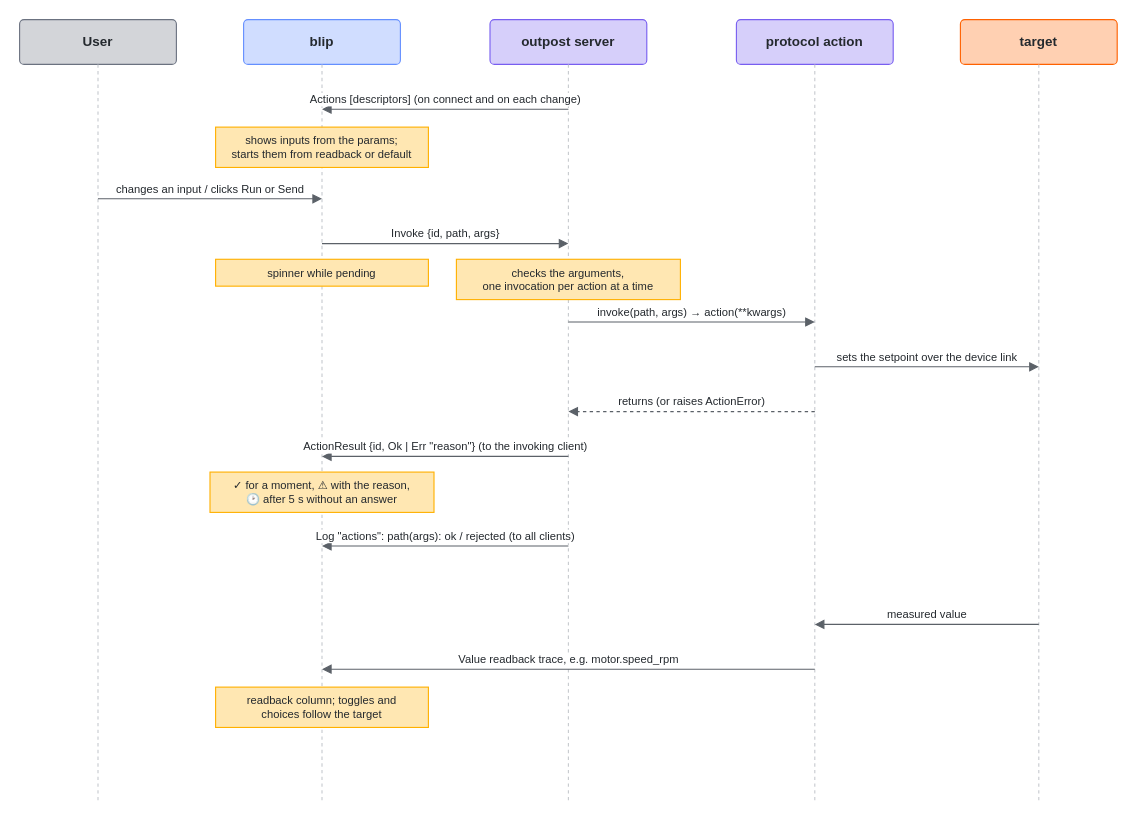
Earlier version of the draw.io diagram doc/source/diagrams/action-sequence.drawio (stefanluethi/blip). Source tidied: cells renumbered, new cells numbered last; positions are measured from the earlier drawing's top-left corner, leaving out a move shared by most shapes. Both pictures are drawn from the tidied source at 112%, with x=0, y=0 at pixel (19, 19).
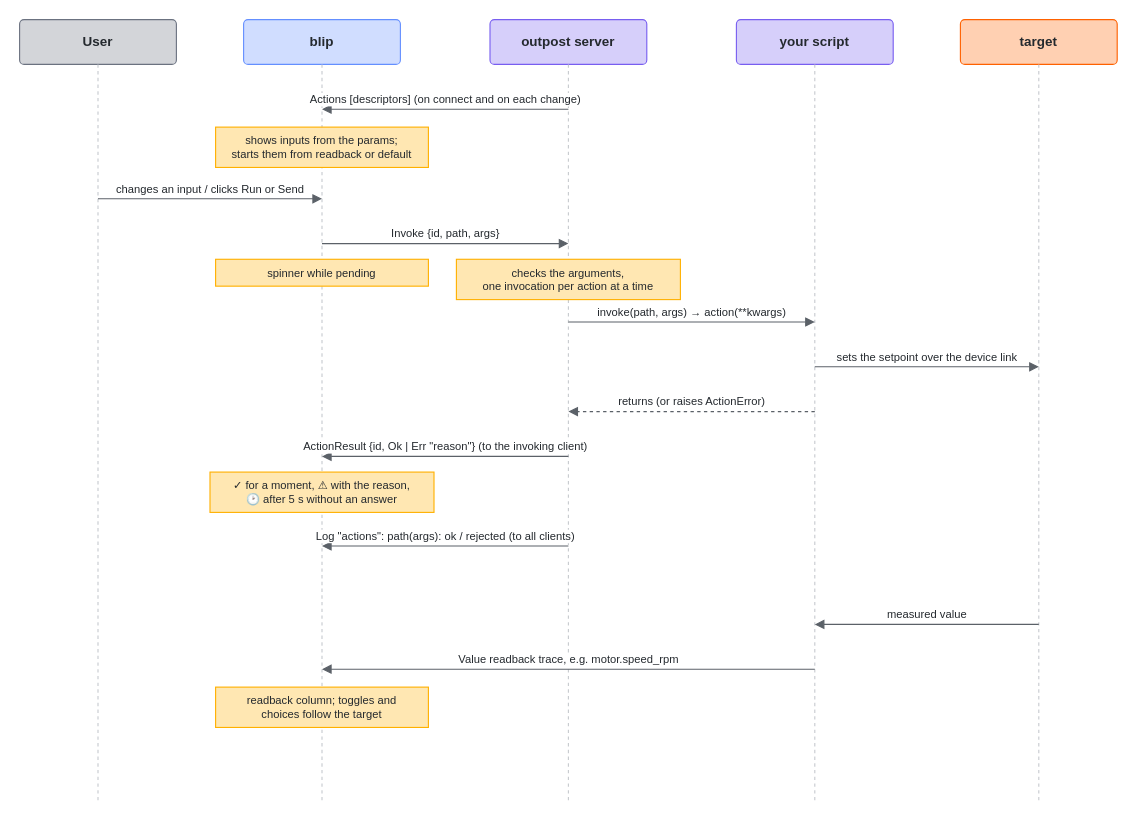
The same diagram, later.

Change to the diagram source:
```diff
@@
-    <mxCell id="8" value="&lt;b&gt;protocol action&lt;/b&gt;" style="fontColor=#24292e;fontFamily=Fira Sans,Helvetica,Arial,sans-serif;rounded=1;whiteSpace=wrap;html=1;arcSize=10;fillColor=#d6cffa;strokeColor=#785ef0;fontSize=12;" parent="1" vertex="1">
+    <mxCell id="8" value="&lt;b&gt;your script&lt;/b&gt;" style="fontColor=#24292e;fontFamily=Fira Sans,Helvetica,Arial,sans-serif;rounded=1;whiteSpace=wrap;html=1;arcSize=10;fillColor=#d6cffa;strokeColor=#785ef0;fontSize=12;" parent="1" vertex="1">
       <mxGeometry x="640" width="140" height="40" as="geometry" />
     </mxCell>
```
